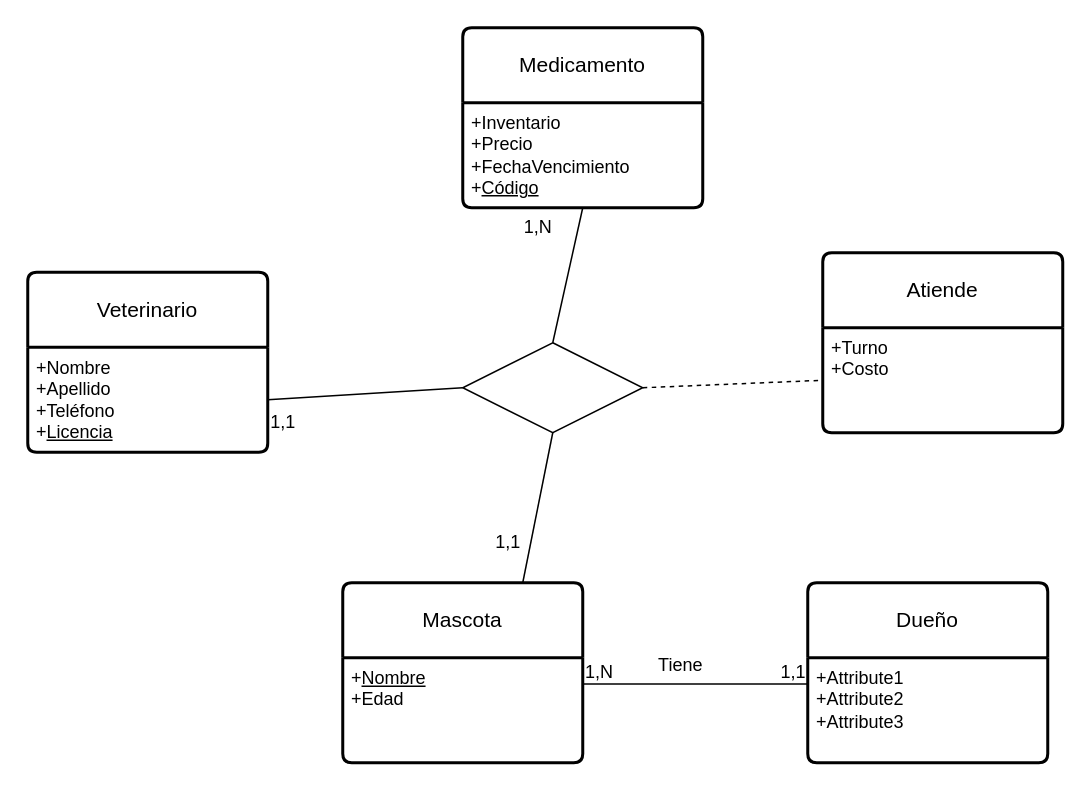
Above: ZOOVET.drawio in madevianaGH/BDI (draw.io), before the change. Source tidied: cells renumbered, new cells numbered last; positions are measured from the earlier drawing's top-left corner, leaving out a move shared by most shapes. Both pictures are drawn from the tidied source at 150%, with x=0, y=0 at pixel (27, 27).
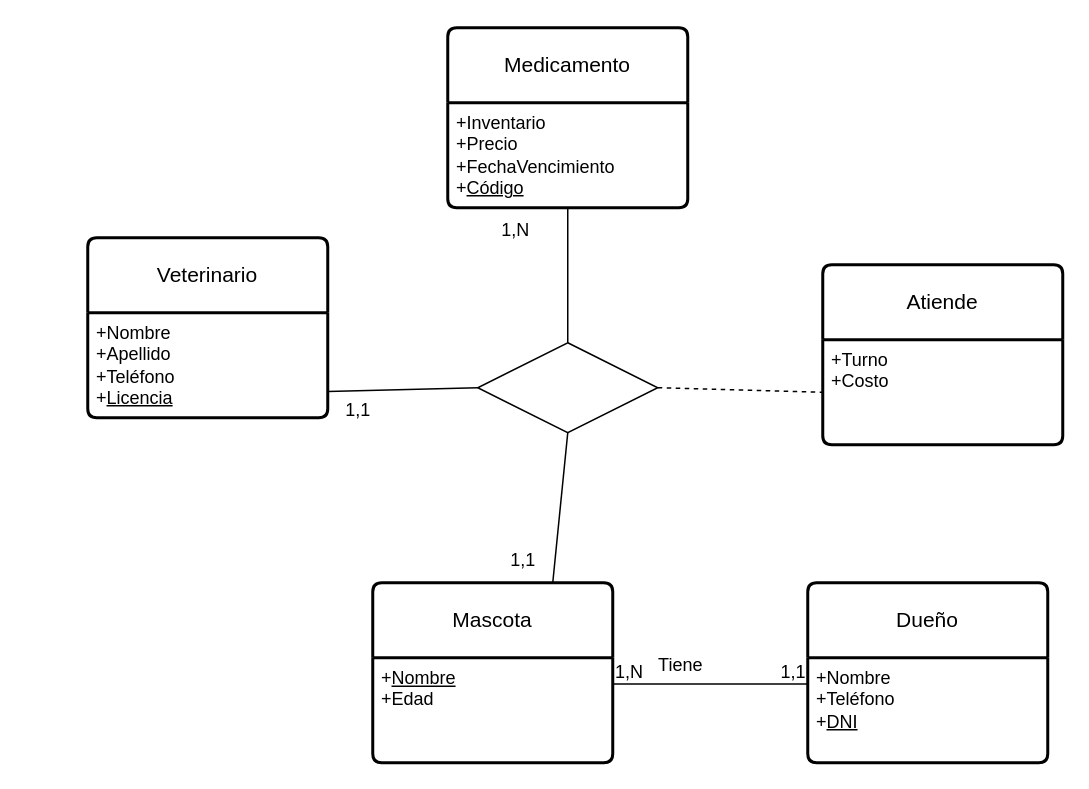
After the change.

The change refers to these unchanged cells:
```xml
<mxCell id="3" value="+Nombre&lt;br&gt;+Apellido&lt;br&gt;+Teléfono&lt;div&gt;+&lt;u&gt;Licencia&lt;/u&gt;&lt;/div&gt;" style="align=left;strokeColor=none;fillColor=none;spacingLeft=4;fontSize=12;verticalAlign=top;html=1;" parent="2" vertex="1">
  <mxGeometry y="50" width="160" height="70" as="geometry" />
</mxCell>
<mxCell id="6" value="Dueño" style="swimlane;horizontal=1;startSize=50;rounded=1;fontSize=14;fontStyle=0;strokeWidth=2;shadow=0;dashed=0;align=center;arcSize=4;whiteSpace=wrap;html=1;" parent="1" vertex="1">
  <mxGeometry x="520" y="370" width="160" height="120" as="geometry" />
</mxCell>
```

Diff of the diagram source:
```diff
@@
     <mxCell id="2" value="Veterinario" style="swimlane;horizontal=1;startSize=50;rounded=1;fontSize=14;fontStyle=0;strokeWidth=2;shadow=0;dashed=0;align=center;arcSize=4;whiteSpace=wrap;html=1;" parent="1" vertex="1">
-      <mxGeometry y="163" width="160" height="120" as="geometry" />
+      <mxGeometry x="40" y="140" width="160" height="120" as="geometry" />
     </mxCell>
@@
     <mxCell id="4" value="Medicamento" style="swimlane;horizontal=1;startSize=50;rounded=1;fontSize=14;fontStyle=0;strokeWidth=2;shadow=0;dashed=0;align=center;arcSize=4;whiteSpace=wrap;html=1;" parent="1" vertex="1">
-      <mxGeometry x="290" width="160" height="120" as="geometry" />
+      <mxGeometry x="280" width="160" height="120" as="geometry" />
     </mxCell>
@@
-    <mxCell id="7" value="+Attribute1&#10;+Attribute2&#10;+Attribute3" style="align=left;strokeColor=none;fillColor=none;spacingLeft=4;fontSize=12;verticalAlign=top;html=1;" parent="6" vertex="1">
+    <mxCell id="7" value="+Nombre&lt;div&gt;+Teléfono&lt;/div&gt;&lt;div&gt;+&lt;u&gt;DNI&lt;/u&gt;&lt;/div&gt;" style="align=left;strokeColor=none;fillColor=none;spacingLeft=4;fontSize=12;verticalAlign=top;html=1;" parent="6" vertex="1">
       <mxGeometry y="50" width="160" height="70" as="geometry" />
     </mxCell>
     <mxCell id="8" value="Mascota" style="swimlane;horizontal=1;startSize=50;rounded=1;fontSize=14;fontStyle=0;strokeWidth=2;shadow=0;dashed=0;align=center;arcSize=4;whiteSpace=wrap;html=1;" parent="1" vertex="1">
-      <mxGeometry x="210" y="370" width="160" height="120" as="geometry" />
+      <mxGeometry x="230" y="370" width="160" height="120" as="geometry" />
     </mxCell>
@@
-    <mxCell id="11" style="rounded=0;jettySize=auto;html=1;exitX=0;exitY=0.5;exitDx=0;exitDy=0;entryX=1;entryY=0.5;entryDx=0;entryDy=0;endArrow=none;endFill=0;" parent="1" edge="1" source="14" target="3">
+    <mxCell id="11" style="rounded=0;jettySize=auto;html=1;exitX=0;exitY=0.5;exitDx=0;exitDy=0;entryX=1;entryY=0.75;entryDx=0;entryDy=0;endArrow=none;endFill=0;" parent="1" edge="1" source="14" target="3">
       <mxGeometry relative="1" as="geometry" />
     </mxCell>
@@
     <mxCell id="14" style="shape=rhombus;perimeter=rhombusPerimeter;whiteSpace=wrap;html=1;align=center;" parent="1" vertex="1">
-      <mxGeometry x="290" y="210" width="120" height="60" as="geometry" />
+      <mxGeometry x="300" y="210" width="120" height="60" as="geometry" />
     </mxCell>
@@
     <mxCell id="19" value="1,1" style="text;html=1;align=center;verticalAlign=middle;strokeColor=none;fillColor=none;" parent="1" vertex="1">
-      <mxGeometry x="150" y="248" width="40" height="30" as="geometry" />
+      <mxGeometry x="200" y="240" width="40" height="30" as="geometry" />
     </mxCell>
     <mxCell id="20" value="1,N" style="text;html=1;align=center;verticalAlign=middle;strokeColor=none;fillColor=none;" parent="1" vertex="1">
-      <mxGeometry x="320" y="118" width="40" height="30" as="geometry" />
+      <mxGeometry x="305" y="120" width="40" height="30" as="geometry" />
     </mxCell>
     <mxCell id="21" value="1,1" style="text;html=1;align=center;verticalAlign=middle;strokeColor=none;fillColor=none;" parent="1" vertex="1">
-      <mxGeometry x="300" y="328" width="40" height="30" as="geometry" />
+      <mxGeometry x="310" y="340" width="40" height="30" as="geometry" />
     </mxCell>
     <mxCell id="22" value="Atiende" style="swimlane;horizontal=1;startSize=50;rounded=1;fontSize=14;fontStyle=0;strokeWidth=2;shadow=0;dashed=0;align=center;arcSize=4;whiteSpace=wrap;html=1;" parent="1" vertex="1">
-      <mxGeometry x="530" y="150" width="160" height="120" as="geometry" />
+      <mxGeometry x="530" y="158" width="160" height="120" as="geometry" />
     </mxCell>
```
